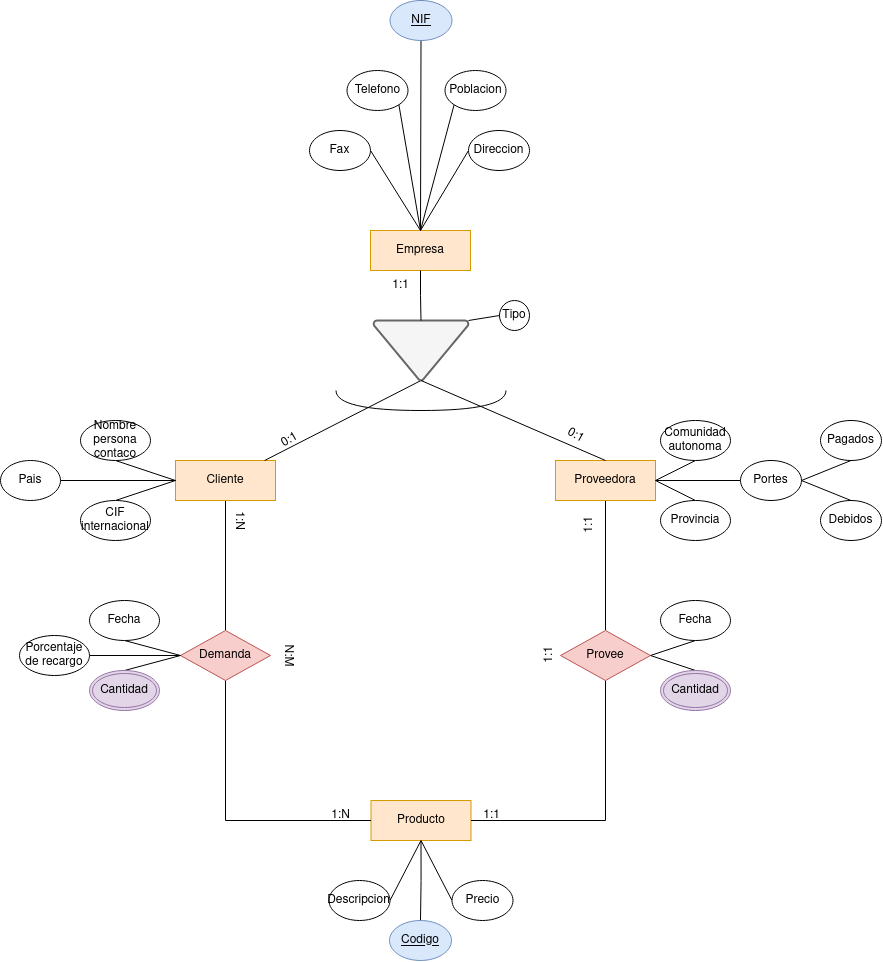
The draw.io diagram Unidad-1/Diagrama sin título.drawio.png in Cesardrom/basedatos, before a commit. Source tidied: cells renumbered, new cells last; positions are measured from the earlier drawing's top-left corner, leaving out a move shared by most shapes.
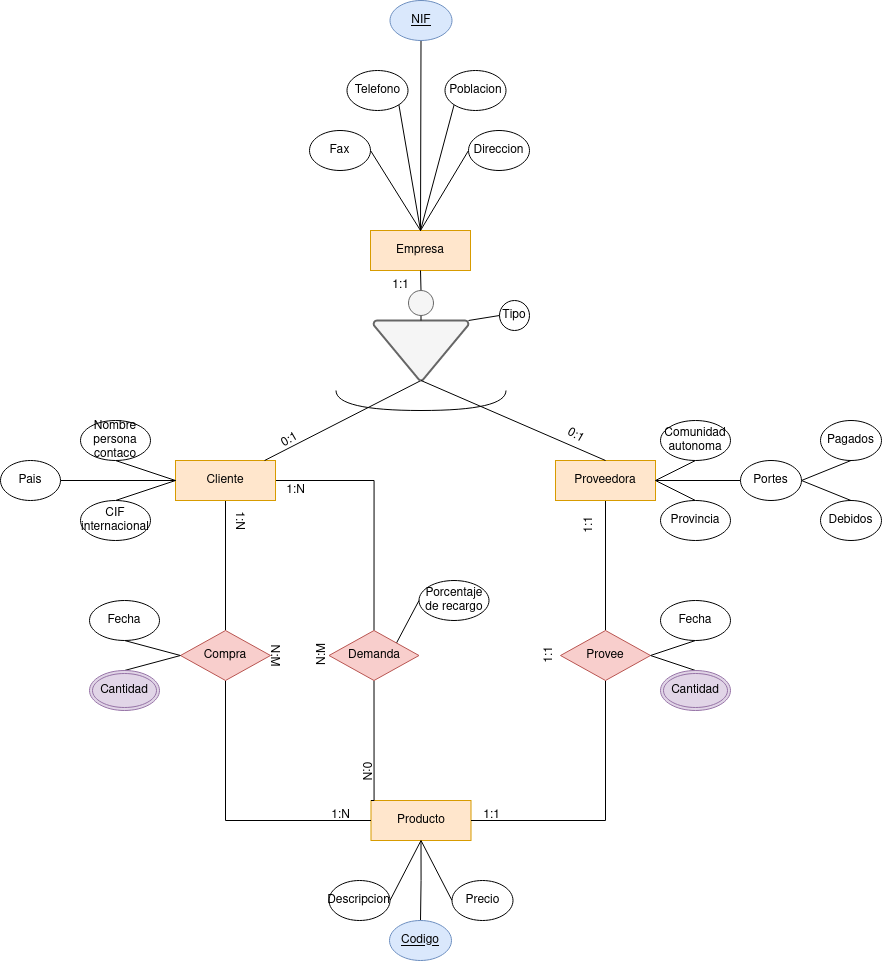
After the commit.

Diff of the diagram source:
```diff
@@ -5,6 +5,9 @@
     <mxCell id="2" style="edgeStyle=orthogonalEdgeStyle;rounded=0;jettySize=auto;html=1;exitX=0.5;exitY=1;exitDx=0;exitDy=0;entryX=0.5;entryY=0;entryDx=0;entryDy=0;endArrow=none;endFill=0;" parent="1" edge="1" source="3" target="24">
       <mxGeometry relative="1" as="geometry" />
     </mxCell>
+    <mxCell id="70" style="edgeStyle=orthogonalEdgeStyle;rounded=0;jettySize=auto;html=1;exitX=0.5;exitY=0;exitDx=0;exitDy=0;entryX=1;entryY=0.5;entryDx=0;entryDy=0;endArrow=none;endFill=0;" parent="1" edge="1" source="73" target="12">
+      <mxGeometry relative="1" as="geometry" />
+    </mxCell>
     <mxCell id="3" value="Producto" style="whiteSpace=wrap;html=1;align=center;fillColor=#ffe6cc;strokeColor=#d79b00;" parent="1" vertex="1">
       <mxGeometry x="370.5" y="800" width="100" height="40" as="geometry" />
     </mxCell>
@@ -17,7 +20,7 @@
     <mxCell id="6" style="rounded=0;jettySize=auto;html=1;exitX=0;exitY=0.5;exitDx=0;exitDy=0;entryX=0.5;entryY=0;entryDx=0;entryDy=0;endArrow=none;endFill=0;" parent="1" edge="1" source="7" target="59">
       <mxGeometry relative="1" as="geometry" />
     </mxCell>
-    <mxCell id="7" value="Demanda" style="shape=rhombus;perimeter=rhombusPerimeter;whiteSpace=wrap;html=1;align=center;fillColor=#f8cecc;strokeColor=#b85450;" parent="1" vertex="1">
+    <mxCell id="7" value="Compra" style="shape=rhombus;perimeter=rhombusPerimeter;whiteSpace=wrap;html=1;align=center;fillColor=#f8cecc;strokeColor=#b85450;" parent="1" vertex="1">
       <mxGeometry x="180" y="630" width="90" height="50" as="geometry" />
     </mxCell>
     <mxCell id="8" style="edgeStyle=orthogonalEdgeStyle;rounded=0;jettySize=auto;html=1;exitX=0.5;exitY=1;exitDx=0;exitDy=0;entryX=1;entryY=0.5;entryDx=0;entryDy=0;endArrow=none;endFill=0;" parent="1" edge="1" source="11" target="3">
@@ -185,15 +188,9 @@
       <mxGeometry x="220" y="505" width="40" height="30" as="geometry" />
     </mxCell>
     <mxCell id="62" value="N:M" style="text;html=1;align=center;verticalAlign=middle;strokeColor=none;fillColor=none;rotation=90;" parent="1" vertex="1">
-      <mxGeometry x="264" y="640" width="50" height="30" as="geometry" />
+      <mxGeometry x="250" y="640" width="50" height="30" as="geometry" />
     </mxCell>
-    <mxCell id="63" style="rounded=0;jettySize=auto;html=1;exitX=1;exitY=0.5;exitDx=0;exitDy=0;entryX=0;entryY=0.5;entryDx=0;entryDy=0;endArrow=none;endFill=0;" parent="1" edge="1" source="64" target="7">
-      <mxGeometry relative="1" as="geometry" />
-    </mxCell>
-    <mxCell id="64" value="Porcentaje de recargo" style="ellipse;whiteSpace=wrap;html=1;align=center;" parent="1" vertex="1">
-      <mxGeometry x="19" y="635" width="70" height="40" as="geometry" />
-    </mxCell>
-    <mxCell id="65" style="edgeStyle=orthogonalEdgeStyle;rounded=0;jettySize=auto;html=1;exitX=0.5;exitY=1;exitDx=0;exitDy=0;entryX=0.5;entryY=0;entryDx=0;entryDy=0;entryPerimeter=0;endArrow=none;endFill=0;" parent="1" edge="1" source="14" target="18">
+    <mxCell id="65" style="edgeStyle=orthogonalEdgeStyle;rounded=0;jettySize=auto;html=1;exitX=0.5;exitY=1;exitDx=0;exitDy=0;entryX=0.5;entryY=0;entryDx=0;entryDy=0;entryPerimeter=0;endArrow=none;endFill=0;" parent="1" edge="1" source="78" target="18">
       <mxGeometry relative="1" as="geometry" />
     </mxCell>
     <mxCell id="66" style="rounded=0;jettySize=auto;html=1;exitX=0;exitY=0.5;exitDx=0;exitDy=0;entryX=1;entryY=0;entryDx=0;entryDy=0;entryPerimeter=0;endArrow=none;endFill=0;" parent="1" edge="1" source="20" target="18">
@@ -208,5 +205,36 @@
     <mxCell id="69" value="0:1" style="text;html=1;align=center;verticalAlign=middle;strokeColor=none;fillColor=none;rotation=30;" parent="1" vertex="1">
       <mxGeometry x="555" y="420" width="40" height="30" as="geometry" />
     </mxCell>
+    <mxCell id="64" value="Porcentaje de recargo" style="ellipse;whiteSpace=wrap;html=1;align=center;" parent="1" vertex="1">
+      <mxGeometry x="418.5" y="580" width="70" height="40" as="geometry" />
+    </mxCell>
+    <mxCell id="71" style="edgeStyle=orthogonalEdgeStyle;rounded=0;jettySize=auto;html=1;exitX=0;exitY=0;exitDx=0;exitDy=0;entryX=0.5;entryY=1;entryDx=0;entryDy=0;endArrow=none;endFill=0;" parent="1" edge="1" source="3" target="73">
+      <mxGeometry relative="1" as="geometry">
+        <Array as="points">
+          <mxPoint x="374" y="800" />
+        </Array>
+      </mxGeometry>
+    </mxCell>
+    <mxCell id="72" style="rounded=0;jettySize=auto;html=1;exitX=1;exitY=0;exitDx=0;exitDy=0;entryX=0;entryY=0.5;entryDx=0;entryDy=0;endArrow=none;endFill=0;" parent="1" edge="1" source="73" target="64">
+      <mxGeometry relative="1" as="geometry" />
+    </mxCell>
+    <mxCell id="73" value="Demanda" style="shape=rhombus;perimeter=rhombusPerimeter;whiteSpace=wrap;html=1;align=center;fillColor=#f8cecc;strokeColor=#b85450;" parent="1" vertex="1">
+      <mxGeometry x="328.5" y="630" width="90" height="50" as="geometry" />
+    </mxCell>
+    <mxCell id="74" value="N:M" style="text;html=1;align=center;verticalAlign=middle;strokeColor=none;fillColor=none;rotation=-90;" parent="1" vertex="1">
+      <mxGeometry x="296.5" y="640" width="50" height="30" as="geometry" />
+    </mxCell>
+    <mxCell id="75" value="0:N" style="text;html=1;align=center;verticalAlign=middle;strokeColor=none;fillColor=none;rotation=90;" parent="1" vertex="1">
+      <mxGeometry x="346.5" y="755" width="40" height="30" as="geometry" />
+    </mxCell>
+    <mxCell id="76" value="1:N" style="text;html=1;align=center;verticalAlign=middle;strokeColor=none;fillColor=none;rotation=0;" parent="1" vertex="1">
+      <mxGeometry x="275" y="475" width="40" height="30" as="geometry" />
+    </mxCell>
+    <mxCell id="77" style="edgeStyle=orthogonalEdgeStyle;rounded=0;jettySize=auto;html=1;exitX=0.5;exitY=1;exitDx=0;exitDy=0;entryX=0.5;entryY=0;entryDx=0;entryDy=0;entryPerimeter=0;endArrow=none;endFill=0;" parent="1" edge="1" source="14" target="78">
+      <mxGeometry relative="1" as="geometry" />
+    </mxCell>
+    <mxCell id="78" style="verticalLabelPosition=bottom;verticalAlign=top;html=1;shape=mxgraph.flowchart.on-page_reference;fillColor=#f5f5f5;fontColor=#333333;strokeColor=#666666;" parent="1" vertex="1">
+      <mxGeometry x="408" y="290" width="25" height="25" as="geometry" />
+    </mxCell>
   </root>
 </mxGraphModel>
```
